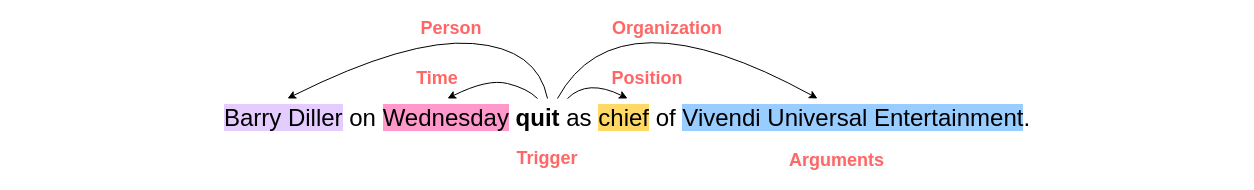
This is event extraction instance.drawio from gitofding/first_repository, a draw.io file, before an edit. Source tidied: cells renumbered, new cells numbered last; positions are measured from the earlier drawing's top-left corner, leaving out a move shared by most shapes. Both pictures are drawn from the tidied source at 100%, with x=0, y=0 at pixel (17, -12).
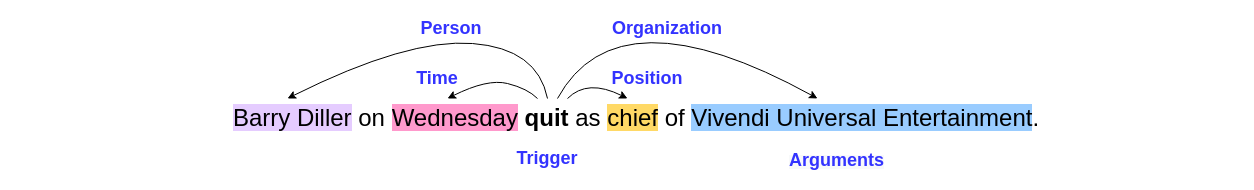
Above is the later version.

Change to the diagram source:
```diff
@@
     <mxCell id="2" value="&lt;font style=&quot;font-size: 24px&quot;&gt;&lt;span style=&quot;background-color: rgb(229 , 204 , 255)&quot;&gt;Barry Diller&lt;/span&gt; on &lt;span style=&quot;background-color: rgb(255 , 153 , 204)&quot;&gt;Wednesday&lt;/span&gt; &lt;b&gt;quit&lt;/b&gt; as &lt;span style=&quot;background-color: rgb(255 , 217 , 102)&quot;&gt;chief&lt;/span&gt; of &lt;span style=&quot;background-color: rgb(153 , 204 , 255)&quot;&gt;Vivendi Universal Entertainment&lt;/span&gt;.&lt;/font&gt;" style="text;html=1;strokeColor=none;fillColor=none;align=center;verticalAlign=middle;whiteSpace=wrap;rounded=0;" parent="1" vertex="1">
-      <mxGeometry y="120" width="1220" height="20" as="geometry" />
+      <mxGeometry x="213" y="120" width="812" height="20" as="geometry" />
     </mxCell>
-    <mxCell id="3" value="&lt;b&gt;&lt;font color=&quot;#ff6666&quot; style=&quot;font-size: 18px&quot;&gt;Trigger&lt;/font&gt;&lt;/b&gt;" style="text;html=1;strokeColor=none;fillColor=none;align=center;verticalAlign=middle;whiteSpace=wrap;rounded=0;" parent="1" vertex="1">
+    <mxCell id="3" value="&lt;b&gt;&lt;font style=&quot;font-size: 18px&quot; color=&quot;#3333ff&quot;&gt;Trigger&lt;/font&gt;&lt;/b&gt;" style="text;html=1;strokeColor=none;fillColor=none;align=center;verticalAlign=middle;whiteSpace=wrap;rounded=0;" parent="1" vertex="1">
       <mxGeometry x="510" y="160" width="40" height="20" as="geometry" />
     </mxCell>
-    <mxCell id="4" value="&lt;b style=&quot;color: rgb(0 , 0 , 0) ; font-family: &amp;#34;helvetica&amp;#34; ; font-style: normal ; letter-spacing: normal ; text-align: center ; text-indent: 0px ; text-transform: none ; word-spacing: 0px ; background-color: rgb(248 , 249 , 250)&quot;&gt;&lt;font color=&quot;#ff6666&quot; style=&quot;font-size: 18px&quot;&gt;Arguments&lt;/font&gt;&lt;/b&gt;" style="text;whiteSpace=wrap;html=1;" parent="1" vertex="1">
+    <mxCell id="4" value="&lt;b style=&quot;font-family: &amp;#34;helvetica&amp;#34; ; font-style: normal ; letter-spacing: normal ; text-align: center ; text-indent: 0px ; text-transform: none ; word-spacing: 0px ; background-color: rgb(248 , 249 , 250)&quot;&gt;&lt;font style=&quot;font-size: 18px&quot; color=&quot;#3333ff&quot;&gt;Arguments&lt;/font&gt;&lt;/b&gt;" style="text;whiteSpace=wrap;html=1;" parent="1" vertex="1">
       <mxGeometry x="770" y="155" width="70" height="30" as="geometry" />
     </mxCell>
@@
-    <mxCell id="9" value="&lt;b&gt;&lt;font color=&quot;#ff6666&quot; style=&quot;font-size: 18px&quot;&gt;Person&lt;/font&gt;&lt;/b&gt;" style="text;html=1;strokeColor=none;fillColor=none;align=center;verticalAlign=middle;whiteSpace=wrap;rounded=0;" parent="1" vertex="1">
+    <mxCell id="9" value="&lt;b&gt;&lt;font style=&quot;font-size: 18px&quot; color=&quot;#3333ff&quot;&gt;Person&lt;/font&gt;&lt;/b&gt;" style="text;html=1;strokeColor=none;fillColor=none;align=center;verticalAlign=middle;whiteSpace=wrap;rounded=0;" parent="1" vertex="1">
       <mxGeometry x="414" y="30" width="40" height="20" as="geometry" />
     </mxCell>
-    <mxCell id="10" value="&lt;b&gt;&lt;font color=&quot;#ff6666&quot; style=&quot;font-size: 18px&quot;&gt;Organization&lt;/font&gt;&lt;/b&gt;" style="text;html=1;strokeColor=none;fillColor=none;align=center;verticalAlign=middle;whiteSpace=wrap;rounded=0;" parent="1" vertex="1">
+    <mxCell id="10" value="&lt;b&gt;&lt;font style=&quot;font-size: 18px&quot; color=&quot;#3333ff&quot;&gt;Organization&lt;/font&gt;&lt;/b&gt;" style="text;html=1;strokeColor=none;fillColor=none;align=center;verticalAlign=middle;whiteSpace=wrap;rounded=0;" parent="1" vertex="1">
       <mxGeometry x="630" y="30" width="40" height="20" as="geometry" />
     </mxCell>
-    <mxCell id="11" value="&lt;b&gt;&lt;font color=&quot;#ff6666&quot; style=&quot;font-size: 18px&quot;&gt;Time&lt;/font&gt;&lt;/b&gt;" style="text;html=1;strokeColor=none;fillColor=none;align=center;verticalAlign=middle;whiteSpace=wrap;rounded=0;" parent="1" vertex="1">
+    <mxCell id="11" value="&lt;b&gt;&lt;font style=&quot;font-size: 18px&quot; color=&quot;#3333ff&quot;&gt;Time&lt;/font&gt;&lt;/b&gt;" style="text;html=1;strokeColor=none;fillColor=none;align=center;verticalAlign=middle;whiteSpace=wrap;rounded=0;" parent="1" vertex="1">
       <mxGeometry x="400" y="80" width="40" height="20" as="geometry" />
     </mxCell>
-    <mxCell id="12" value="&lt;b&gt;&lt;font color=&quot;#ff6666&quot; style=&quot;font-size: 18px&quot;&gt;Position&lt;/font&gt;&lt;/b&gt;" style="text;html=1;strokeColor=none;fillColor=none;align=center;verticalAlign=middle;whiteSpace=wrap;rounded=0;" parent="1" vertex="1">
+    <mxCell id="12" value="&lt;b&gt;&lt;font style=&quot;font-size: 18px&quot; color=&quot;#3333ff&quot;&gt;Position&lt;/font&gt;&lt;/b&gt;" style="text;html=1;strokeColor=none;fillColor=none;align=center;verticalAlign=middle;whiteSpace=wrap;rounded=0;" parent="1" vertex="1">
       <mxGeometry x="610" y="80" width="40" height="20" as="geometry" />
     </mxCell>
```
